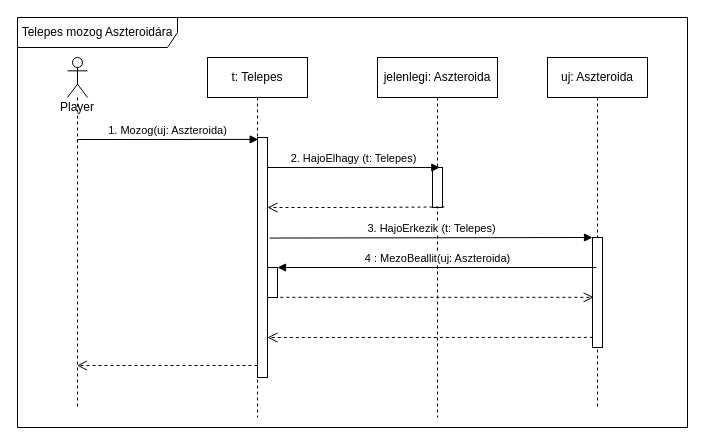
This is doc/szekvencia/szek_TelepesMozog.drawio from torpeBoiGo/aszteroidabanyaszat, a draw.io file, before an edit. Source tidied: cells renumbered, new cells numbered last; positions are measured from the earlier drawing's top-left corner, leaving out a move shared by most shapes. Both pictures are drawn from the tidied source at 100%, with x=0, y=0 at pixel (17, 17).
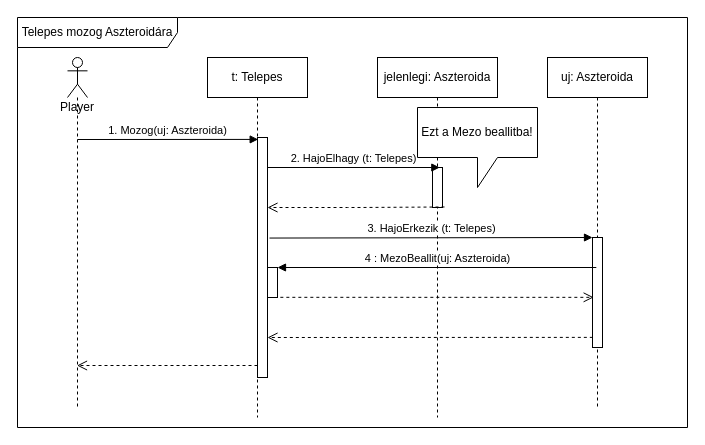
The same diagram, later.

Change to the diagram source:
```diff
@@
+    <mxCell id="20" value="Ezt a Mezo beallitba!" style="shape=callout;whiteSpace=wrap;html=1;perimeter=calloutPerimeter;" parent="1" vertex="1">
+      <mxGeometry x="400" y="90" width="120" height="80" as="geometry" />
+    </mxCell>
```
